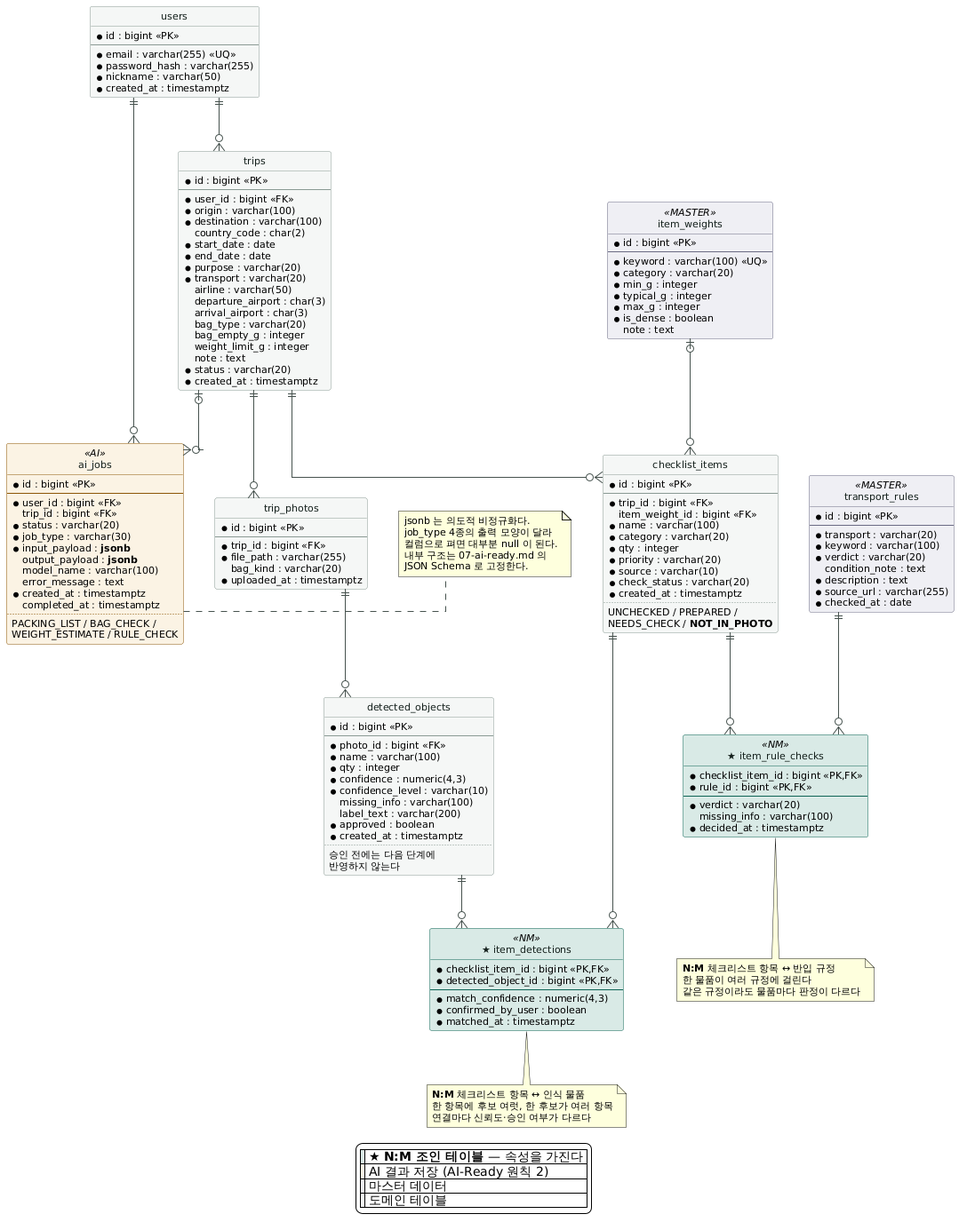
This is docs/images/05-erd.png from SangMyeong5426/skala-mini-ai-web-service, a PlantUML export, as it was before one commit.
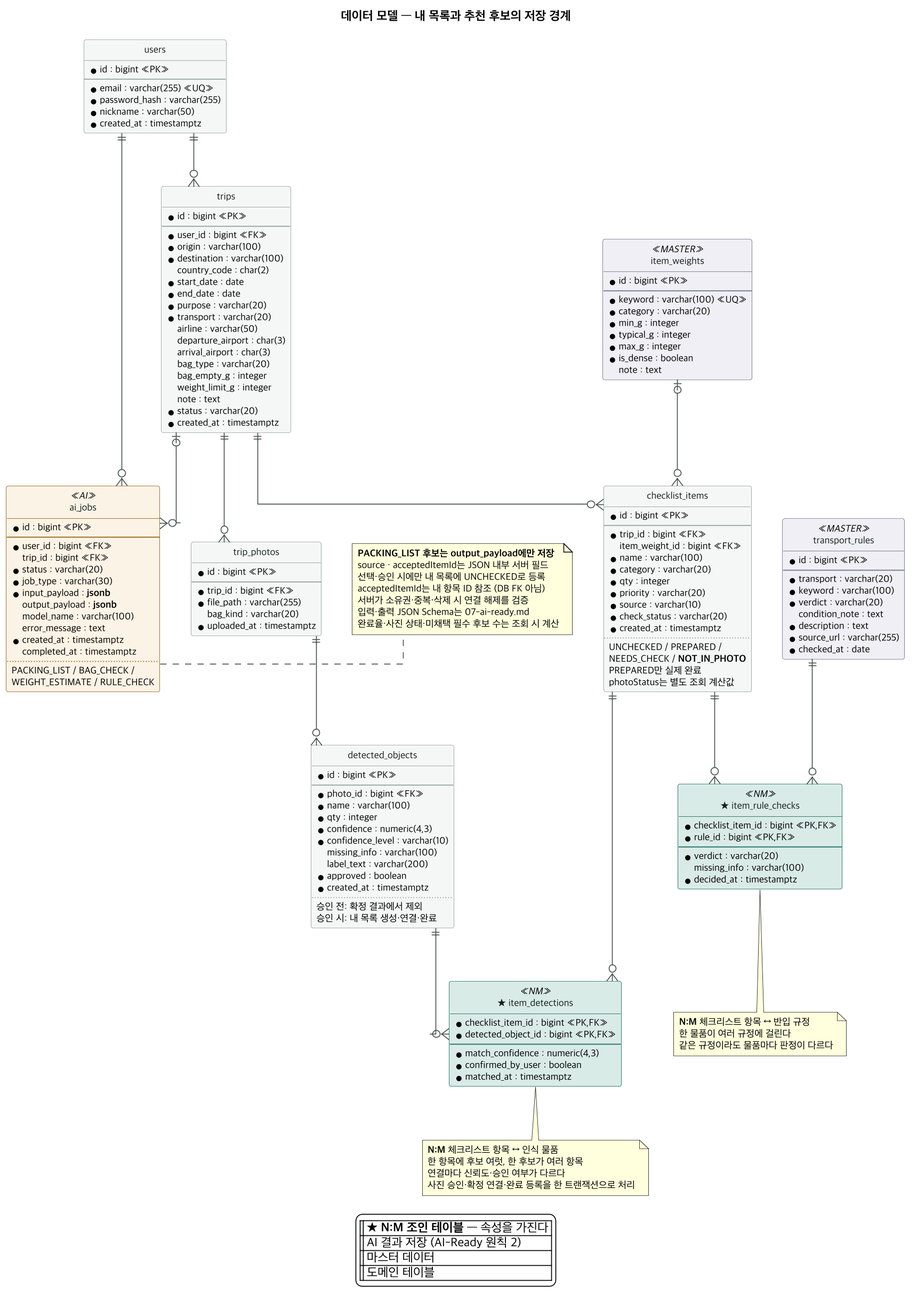
After the change.

Diff of the diagram source:
```diff
@@ -2,11 +2,13 @@
 
 hide circle
 skinparam backgroundColor #FFFFFF
+skinparam dpi 160
 skinparam shadowing false
 skinparam defaultFontName "Apple SD Gothic Neo"
 skinparam defaultFontSize 11
 skinparam linetype ortho
 skinparam ArrowColor #46524E
+title 데이터 모델 — 내 목록과 추천 후보의 저장 경계
 
 skinparam class {
   BackgroundColor #F5F7F6
@@ -66,6 +68,8 @@
   ..
   UNCHECKED / PREPARED /
   NEEDS_CHECK / **NOT_IN_PHOTO**
+  PREPARED만 실제 완료
+  photoStatus는 별도 조회 계산값
 }
 
 entity "trip_photos" as photos {
@@ -90,8 +94,8 @@
   * approved : boolean
   * created_at : timestamptz
   ..
-  승인 전에는 다음 단계에
-  반영하지 않는다
+  승인 전: 확정 결과에서 제외
+  승인 시: 내 목록 생성·연결·완료
 }
 
 entity "★ item_detections" as idt <<NM>> {
@@ -171,6 +175,7 @@
   **N:M** 체크리스트 항목 ↔ 인식 물품
   한 항목에 후보 여럿, 한 후보가 여러 항목
   연결마다 신뢰도·승인 여부가 다르다
+  사진 승인·확정 연결·완료 등록을 한 트랜잭션으로 처리
 end note
 
 note bottom of irc
@@ -180,11 +185,13 @@
 end note
 
 note right of jobs
-  jsonb 는 의도적 비정규화다.
-  job_type 4종의 출력 모양이 달라
-  컬럼으로 펴면 대부분 null 이 된다.
-  내부 구조는 07-ai-ready.md 의
-  JSON Schema 로 고정한다.
+  **PACKING_LIST 후보는 output_payload에만 저장**
+  source · acceptedItemId는 JSON 내부 서버 필드
+  선택·승인 시에만 내 목록에 UNCHECKED로 등록
+  acceptedItemId는 내 항목 ID 참조 (DB FK 아님)
+  서버가 소유권·중복·삭제 시 연결 해제를 검증
+  입력·출력 JSON Schema는 07-ai-ready.md
+  완료율·사진 상태·미채택 필수 후보 수는 조회 시 계산
 end note
 
 legend bottom
```
